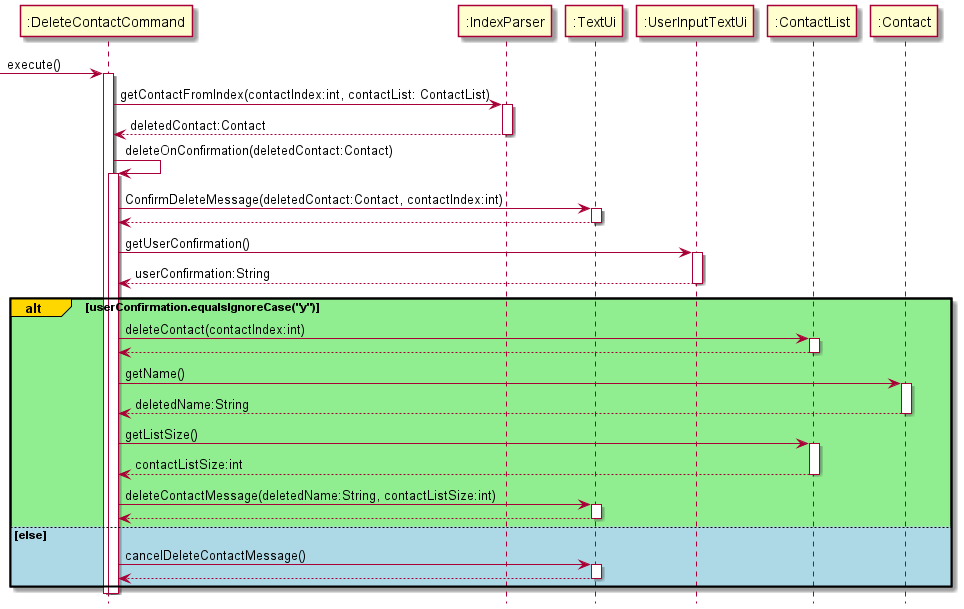
This is docs/images/DeleteContactCommandSequenceDiagram.png from nus-cs2113-AY2122S1/tp, a PlantUML export, as it was before one commit.
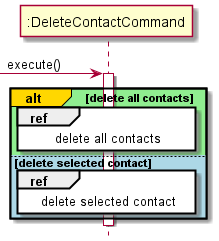
Above is the later version.

The edit, as a diff of the source:
```diff
@@ -2,53 +2,13 @@
 hide footbox
 -> ":DeleteContactCommand": execute()
 activate ":DeleteContactCommand"
+alt#gold #lightgreen delete all contacts
+    ref over ":DeleteContactCommand", ":DeleteContactCommand" :delete all contacts
 
-":DeleteContactCommand" -> ":IndexParser" :getContactFromIndex(contactIndex:int, contactList: ContactList)
-activate ":IndexParser"
-":IndexParser" --> ":DeleteContactCommand" :deletedContact:Contact
-deactivate ":IndexParser"
+else #lightblue delete selected contact
+    ref over ":DeleteContactCommand", ":DeleteContactCommand" :delete selected contact
+end
 
-":DeleteContactCommand" -> ":DeleteContactCommand":deleteOnConfirmation(deletedContact:Contact)
-activate ":DeleteContactCommand"
-":DeleteContactCommand" -> ":TextUi":ConfirmDeleteMessage(deletedContact:Contact, contactIndex:int)
-activate ":TextUi"
-":TextUi" --> ":DeleteContactCommand"
-deactivate ":TextUi"
-
-":DeleteContactCommand" -> ":UserInputTextUi":getUserConfirmation()
-activate ":UserInputTextUi"
-":UserInputTextUi" --> ":DeleteContactCommand" :userConfirmation:String
-deactivate ":UserInputTextUi"
-
-alt#gold #lightgreen userConfirmation.equalsIgnoreCase("y")
-    ":DeleteContactCommand" -> ":ContactList": deleteContact(contactIndex:int)
-    activate ":ContactList"
-    ":ContactList" --> ":DeleteContactCommand"
-    deactivate ":ContactList"
-    ":DeleteContactCommand" -> ":Contact" :getName()
-    activate ":Contact"
-    ":Contact" --> ":DeleteContactCommand":deletedName:String
-    deactivate ":Contact"
-
-    ":DeleteContactCommand" -> ":ContactList":getListSize()
-    activate ":ContactList"
-    ":ContactList" --> ":DeleteContactCommand" :contactListSize:int
-    deactivate ":ContactList"
-
-    ":DeleteContactCommand" -> ":TextUi":deleteContactMessage(deletedName:String, contactListSize:int)
-    activate ":TextUi"
-    ":TextUi" --> ":DeleteContactCommand"
-    deactivate ":TextUi"
-
-
-else #lightblue else
-    ":DeleteContactCommand" -> ":TextUi":cancelDeleteContactMessage()
-    activate ":TextUi"
-    ":TextUi" --> ":DeleteContactCommand"
-    deactivate ":TextUi"
-
-end
-deactivate ":DeleteContactCommand"
 deactivate ":DeleteContactCommand"
 
 @enduml
```
